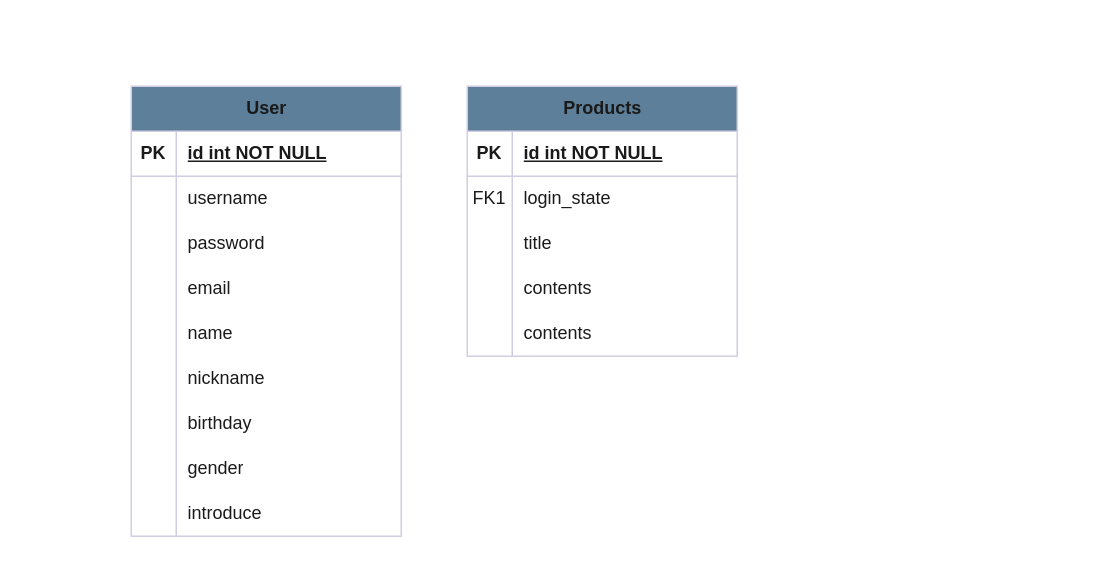
Before: 제목 없는 다이어그램.drawio in wodms5355/jaenny_day, a draw.io diagram. Source tidied: cells renumbered, new cells numbered last; positions are measured from the earlier drawing's top-left corner, leaving out a move shared by most shapes. Both pictures are drawn from the tidied source at 150%, with x=0, y=0 at pixel (130, 86).
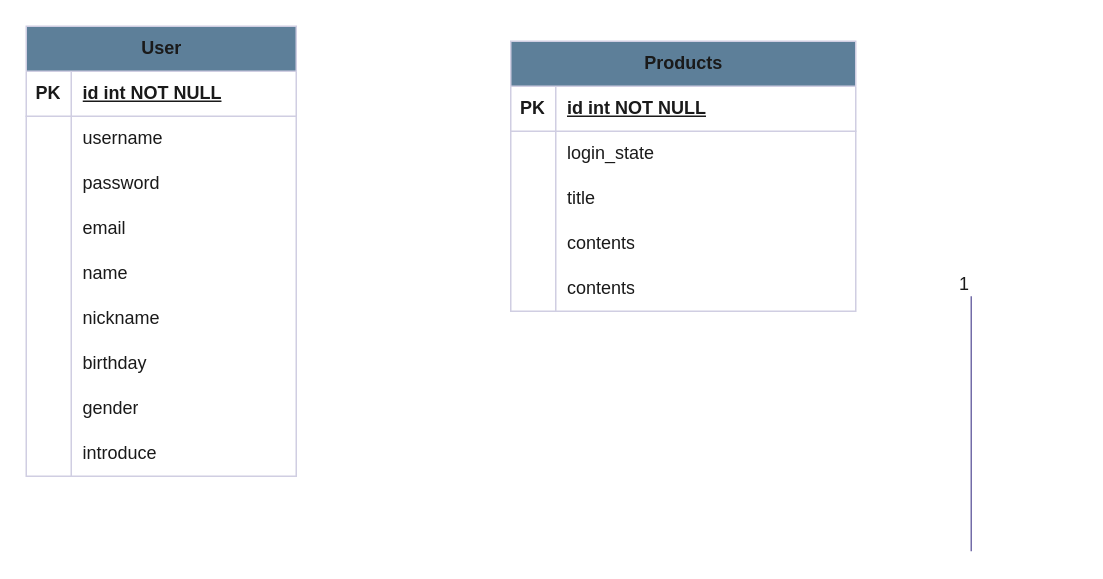
After the change.

Commit message (it also covers changes not shown here):
제목 없는 다이어그램.drawio 업데이트

What changed in the source:
```diff
@@
     <mxCell id="2" value="User" style="shape=table;startSize=30;childLayout=tableLayout;rowLines=0;fontStyle=1;align=center;html=1;labelBackgroundColor=none;fillColor=#5D7F99;strokeColor=#D0CEE2;fontColor=#1A1A1A;" parent="1" vertex="1">
-      <mxGeometry width="180" height="300" as="geometry" />
+      <mxGeometry x="-70" y="-40" width="180" height="300" as="geometry" />
     </mxCell>
@@
     <mxCell id="30" value="Products" style="shape=table;startSize=30;childLayout=tableLayout;rowLines=0;fontStyle=1;align=center;html=1;labelBackgroundColor=none;fillColor=#5D7F99;strokeColor=#D0CEE2;fontColor=#1A1A1A;" parent="1" vertex="1">
-      <mxGeometry x="224" width="180" height="180" as="geometry" />
+      <mxGeometry x="253" y="-30" width="230" height="180" as="geometry" />
     </mxCell>
     <mxCell id="31" style="shape=tableRow;horizontal=0;startSize=0;swimlaneHead=0;swimlaneBody=0;fillColor=none;top=0;left=0;right=0;bottom=1;labelBackgroundColor=none;strokeColor=#D0CEE2;fontColor=#1A1A1A;" parent="30" vertex="1">
-      <mxGeometry y="30" width="180" height="30" as="geometry" />
+      <mxGeometry y="30" width="230" height="30" as="geometry" />
     </mxCell>
@@
     <mxCell id="33" value="id int NOT NULL" style="shape=partialRectangle;fillColor=none;top=0;left=0;bottom=0;right=0;align=left;spacingLeft=6;fontStyle=5;overflow=hidden;whiteSpace=wrap;html=1;labelBackgroundColor=none;strokeColor=#D0CEE2;fontColor=#1A1A1A;" parent="31" vertex="1">
-      <mxGeometry x="30" width="150" height="30" as="geometry" />
+      <mxGeometry x="30" width="200" height="30" as="geometry" />
     </mxCell>
     <mxCell id="34" style="shape=tableRow;horizontal=0;startSize=0;swimlaneHead=0;swimlaneBody=0;fillColor=none;top=0;left=0;right=0;bottom=0;labelBackgroundColor=none;strokeColor=#D0CEE2;fontColor=#1A1A1A;" parent="30" vertex="1">
-      <mxGeometry y="60" width="180" height="30" as="geometry" />
+      <mxGeometry y="60" width="230" height="30" as="geometry" />
     </mxCell>
-    <mxCell id="35" value="FK1" style="shape=partialRectangle;fillColor=none;top=0;left=0;bottom=0;right=0;overflow=hidden;whiteSpace=wrap;html=1;labelBackgroundColor=none;strokeColor=#D0CEE2;fontColor=#1A1A1A;" parent="34" vertex="1">
+    <mxCell id="35" style="shape=partialRectangle;fillColor=none;top=0;left=0;bottom=0;right=0;overflow=hidden;whiteSpace=wrap;html=1;labelBackgroundColor=none;strokeColor=#D0CEE2;fontColor=#1A1A1A;" parent="34" vertex="1">
       <mxGeometry width="30" height="30" as="geometry" />
     </mxCell>
     <mxCell id="36" value="login_state" style="shape=partialRectangle;fillColor=none;top=0;left=0;bottom=0;right=0;align=left;spacingLeft=6;overflow=hidden;whiteSpace=wrap;html=1;labelBackgroundColor=none;strokeColor=#D0CEE2;fontColor=#1A1A1A;" parent="34" vertex="1">
-      <mxGeometry x="30" width="150" height="30" as="geometry" />
+      <mxGeometry x="30" width="200" height="30" as="geometry" />
     </mxCell>
     <mxCell id="37" style="shape=tableRow;horizontal=0;startSize=0;swimlaneHead=0;swimlaneBody=0;fillColor=none;top=0;left=0;right=0;bottom=0;labelBackgroundColor=none;strokeColor=#D0CEE2;fontColor=#1A1A1A;" parent="30" vertex="1">
-      <mxGeometry y="90" width="180" height="30" as="geometry" />
+      <mxGeometry y="90" width="230" height="30" as="geometry" />
     </mxCell>
@@
     <mxCell id="39" value="title" style="shape=partialRectangle;fillColor=none;top=0;left=0;bottom=0;right=0;align=left;spacingLeft=6;overflow=hidden;whiteSpace=wrap;html=1;labelBackgroundColor=none;strokeColor=#D0CEE2;fontColor=#1A1A1A;" parent="37" vertex="1">
-      <mxGeometry x="30" width="150" height="30" as="geometry" />
+      <mxGeometry x="30" width="200" height="30" as="geometry" />
     </mxCell>
     <mxCell id="40" style="shape=tableRow;horizontal=0;startSize=0;swimlaneHead=0;swimlaneBody=0;fillColor=none;top=0;left=0;right=0;bottom=0;labelBackgroundColor=none;strokeColor=#D0CEE2;fontColor=#1A1A1A;" parent="30" vertex="1">
-      <mxGeometry y="120" width="180" height="30" as="geometry" />
+      <mxGeometry y="120" width="230" height="30" as="geometry" />
     </mxCell>
@@
     <mxCell id="42" value="contents" style="shape=partialRectangle;fillColor=none;top=0;left=0;bottom=0;right=0;align=left;spacingLeft=6;overflow=hidden;whiteSpace=wrap;html=1;labelBackgroundColor=none;strokeColor=#D0CEE2;fontColor=#1A1A1A;" parent="40" vertex="1">
-      <mxGeometry x="30" width="150" height="30" as="geometry" />
+      <mxGeometry x="30" width="200" height="30" as="geometry" />
     </mxCell>
     <mxCell id="43" style="shape=tableRow;horizontal=0;startSize=0;swimlaneHead=0;swimlaneBody=0;fillColor=none;top=0;left=0;right=0;bottom=0;labelBackgroundColor=none;strokeColor=#D0CEE2;fontColor=#1A1A1A;" parent="30" vertex="1">
-      <mxGeometry y="150" width="180" height="30" as="geometry" />
+      <mxGeometry y="150" width="230" height="30" as="geometry" />
     </mxCell>
@@
     <mxCell id="45" value="contents" style="shape=partialRectangle;fillColor=none;top=0;left=0;bottom=0;right=0;align=left;spacingLeft=6;overflow=hidden;whiteSpace=wrap;html=1;labelBackgroundColor=none;strokeColor=#D0CEE2;fontColor=#1A1A1A;" parent="43" vertex="1">
-      <mxGeometry x="30" width="150" height="30" as="geometry" />
+      <mxGeometry x="30" width="200" height="30" as="geometry" />
     </mxCell>
@@
+    <mxCell id="48" style="endArrow=none;html=1;rounded=0;strokeColor=#736CA8;fontColor=#1A1A1A;" parent="1" edge="1">
+      <mxGeometry relative="1" as="geometry">
+        <mxPoint x="560" y="310" as="sourcePoint" />
+        <mxPoint x="560" y="140" as="targetPoint" />
+      </mxGeometry>
+    </mxCell>
+    <mxCell id="49" value="1" style="html=1;whiteSpace=wrap;align=right;verticalAlign=bottom;strokeColor=#D0CEE2;fontColor=#1A1A1A;fillColor=#5D7F99;" parent="48" vertex="1">
+      <mxGeometry x="1" relative="1" as="geometry" />
+    </mxCell>
```
